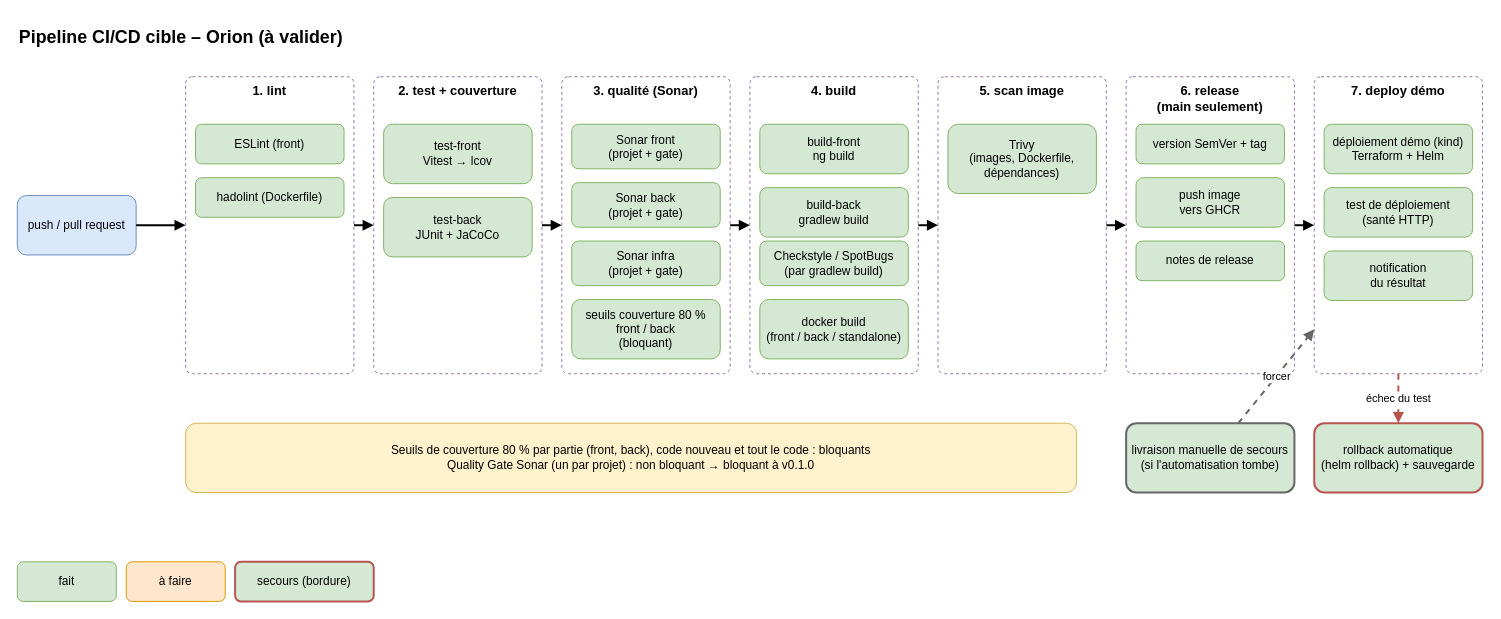
denoyela-4913/dev-project-06-orion keeps this draw.io diagram as docs/livrables/schema_pipeline_ci_cd.drawio. Above is the earlier version. Source tidied: cells renumbered, new cells numbered last; positions are measured from the earlier drawing's top-left corner, leaving out a move shared by most shapes. Both pictures are drawn from the tidied source at 99%, with x=0, y=0 at pixel (17, 17).
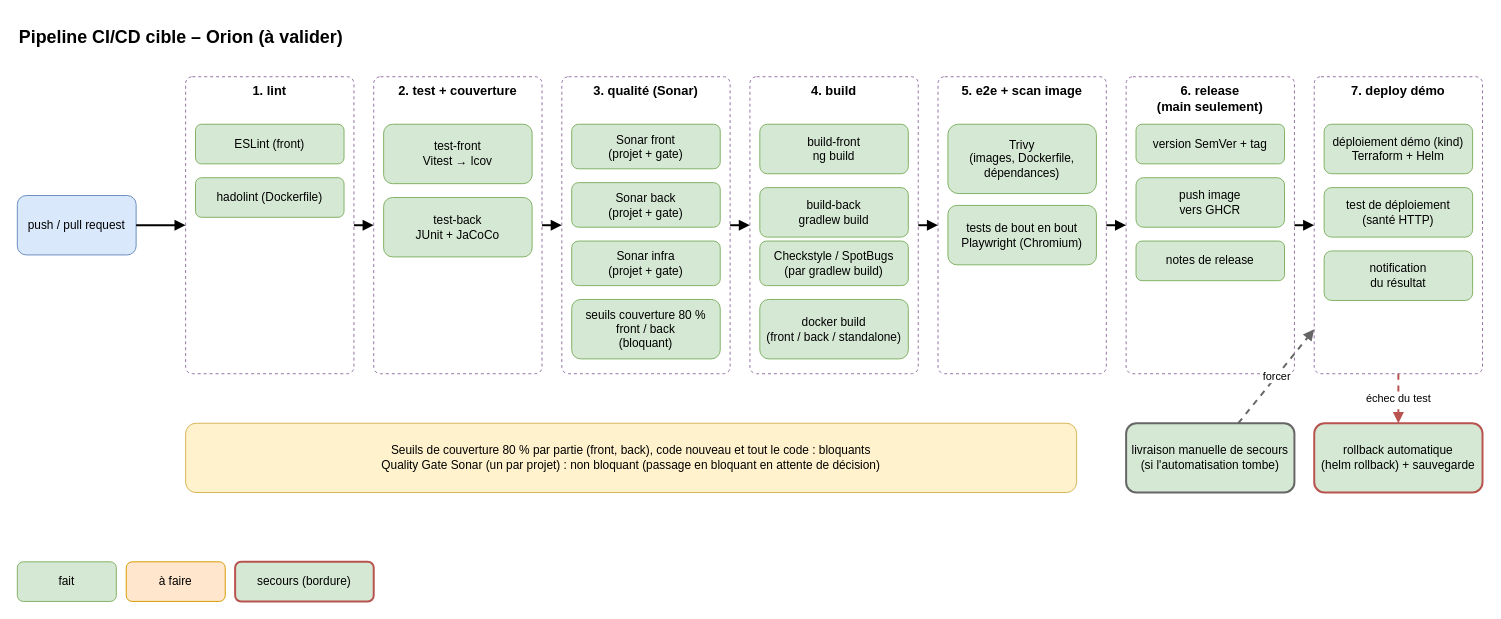
Above is the later version.

Commit message (it also covers changes not shown here):
docs: record the tests lot and add the end-to-end box to the diagram

The edit, as a diff of the source:
```diff
@@
-    <mxCell id="24" value="5. scan image" style="rounded=1;whiteSpace=wrap;html=1;fillColor=#ffffff;strokeColor=#9673a6;dashed=1;verticalAlign=top;fontStyle=1;fontSize=13;arcSize=4;" parent="1" vertex="1">
+    <mxCell id="24" value="5. e2e + scan image" style="rounded=1;whiteSpace=wrap;html=1;fillColor=#ffffff;strokeColor=#9673a6;dashed=1;verticalAlign=top;fontStyle=1;fontSize=13;arcSize=4;" parent="1" vertex="1">
       <mxGeometry x="930" y="60" width="170" height="300" as="geometry" />
     </mxCell>
@@
+    <mxCell id="45" value="tests de bout en bout&#10;Playwright (Chromium)" style="rounded=1;whiteSpace=wrap;html=1;fillColor=#d5e8d4;strokeColor=#82b366;" parent="1" vertex="1">
+      <mxGeometry x="940" y="190" width="150" height="60" as="geometry" />
+    </mxCell>
@@
-    <mxCell id="41" value="Seuils de couverture 80 % par partie (front, back), code nouveau et tout le code : bloquants&#10;Quality Gate Sonar (un par projet) : non bloquant → bloquant à v0.1.0" style="rounded=1;whiteSpace=wrap;html=1;fillColor=#fff2cc;strokeColor=#d6b656;" parent="1" vertex="1">
+    <mxCell id="41" value="Seuils de couverture 80 % par partie (front, back), code nouveau et tout le code : bloquants&#10;Quality Gate Sonar (un par projet) : non bloquant (passage en bloquant en attente de décision)" style="rounded=1;whiteSpace=wrap;html=1;fillColor=#fff2cc;strokeColor=#d6b656;" parent="1" vertex="1">
       <mxGeometry x="170" y="410" width="900" height="70" as="geometry" />
     </mxCell>
```
